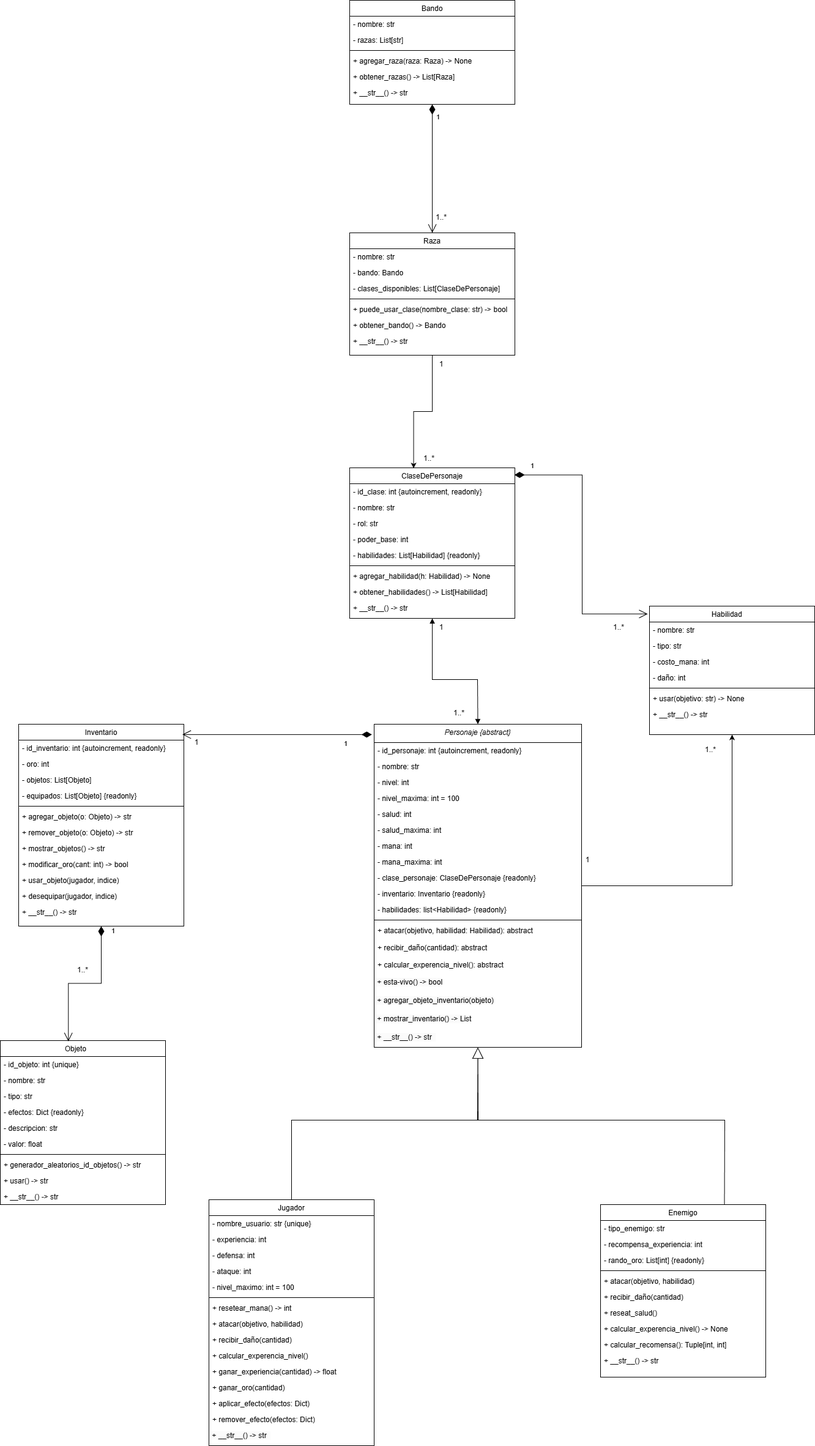
Before: UML/UML_WoW_Vers_2.drawio.png, a diagram exported from draw.io (SalvadorGarcia14/TPI_Programacion2). Source tidied: cells renumbered, new cells last; positions are measured from the earlier drawing's top-left corner, leaving out a move shared by most shapes.
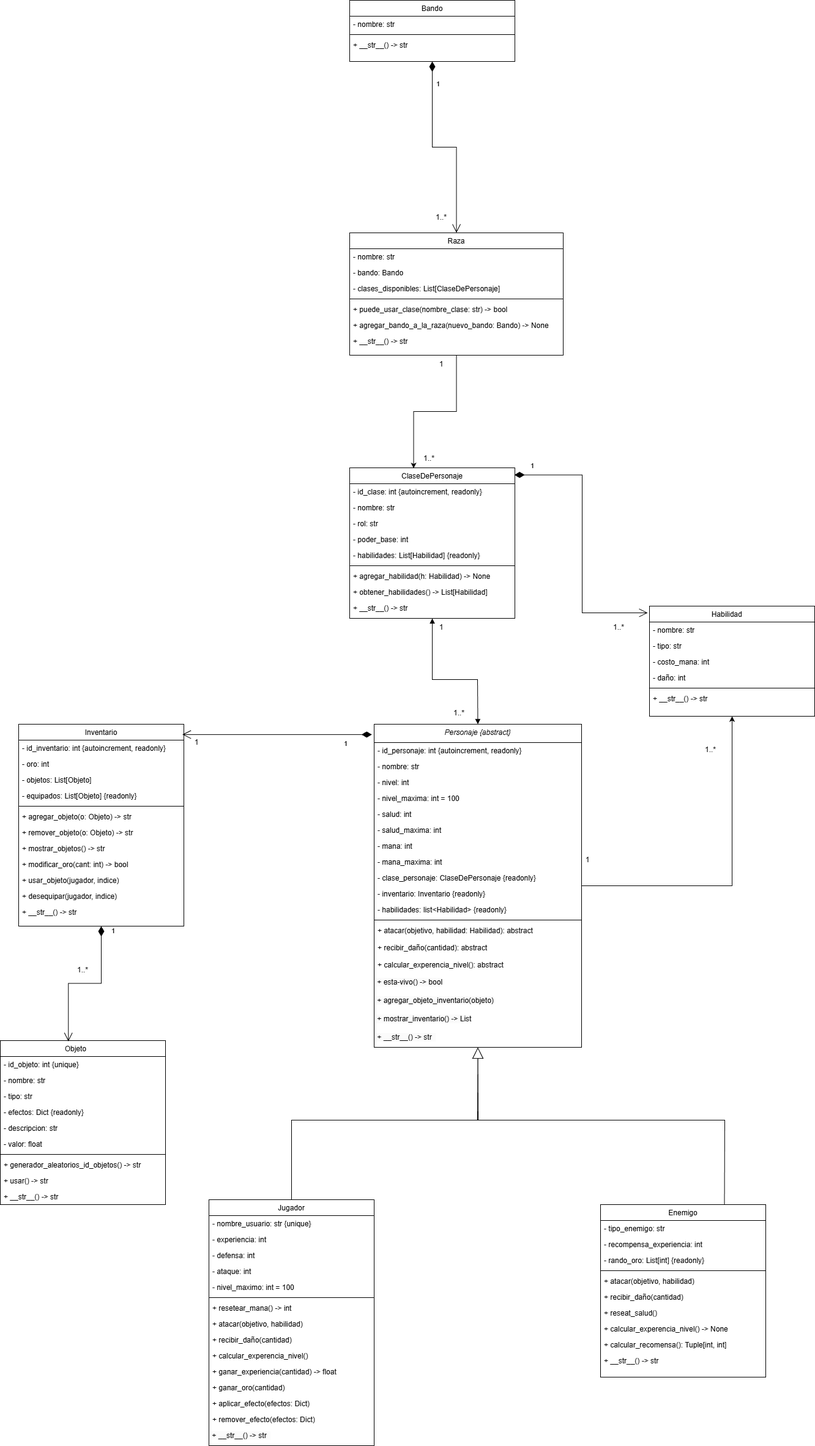
The same file after the commit.

What changed in the source:
```diff
@@ -3,49 +3,40 @@
     <mxCell id="0" />
     <mxCell id="1" parent="0" />
     <mxCell id="2" value="Bando " style="swimlane;fontStyle=0;align=center;verticalAlign=top;horizontal=1;startSize=26;rounded=0;shadow=0;strokeWidth=1;" parent="1" vertex="1">
-      <mxGeometry x="571" width="270" height="170" as="geometry" />
+      <mxGeometry x="571" width="270" height="100" as="geometry" />
     </mxCell>
     <mxCell id="3" value="- nombre: str" style="text;align=left;verticalAlign=top;spacingLeft=4;spacingRight=4;overflow=hidden;" parent="2" vertex="1">
       <mxGeometry y="26" width="270" height="26" as="geometry" />
     </mxCell>
-    <mxCell id="4" value="- razas: List[str]" style="text;align=left;verticalAlign=top;spacingLeft=4;spacingRight=4;overflow=hidden;rounded=0;shadow=0;html=0;" parent="2" vertex="1">
-      <mxGeometry y="52" width="270" height="26" as="geometry" />
-    </mxCell>
     <mxCell id="5" style="line;html=1;strokeWidth=1;align=left;verticalAlign=middle;spacingTop=-1;spacingLeft=3;spacingRight=3;labelPosition=right;" parent="2" vertex="1">
-      <mxGeometry y="78" width="270" height="8" as="geometry" />
+      <mxGeometry y="52" width="270" height="8" as="geometry" />
     </mxCell>
-    <mxCell id="6" value="+ agregar_raza(raza: Raza) -&gt; None" style="text;align=left;verticalAlign=top;spacingLeft=4;spacingRight=4;overflow=hidden;" parent="2" vertex="1">
-      <mxGeometry y="86" width="270" height="26" as="geometry" />
-    </mxCell>
-    <mxCell id="7" value="+ obtener_razas() -&gt; List[Raza]" style="text;align=left;verticalAlign=top;spacingLeft=4;spacingRight=4;overflow=hidden;" parent="2" vertex="1">
-      <mxGeometry y="112" width="270" height="26" as="geometry" />
-    </mxCell>
     <mxCell id="8" value="+ __str__() -&gt; str" style="text;align=left;verticalAlign=top;spacingLeft=4;spacingRight=4;overflow=hidden;" parent="2" vertex="1">
-      <mxGeometry y="138" width="270" height="26" as="geometry" />
+      <mxGeometry y="60" width="270" height="26" as="geometry" />
     </mxCell>
     <mxCell id="9" value="Raza" style="swimlane;fontStyle=0;align=center;verticalAlign=top;horizontal=1;startSize=26;rounded=0;shadow=0;strokeWidth=1;" parent="1" vertex="1">
-      <mxGeometry x="571" y="380" width="270" height="200" as="geometry" />
+      <mxGeometry x="571" y="380" width="349" height="200" as="geometry" />
     </mxCell>
     <mxCell id="10" value="- nombre: str" style="text;align=left;verticalAlign=top;spacingLeft=4;spacingRight=4;overflow=hidden;" parent="9" vertex="1">
-      <mxGeometry y="26" width="270" height="26" as="geometry" />
+      <mxGeometry y="26" width="349" height="26" as="geometry" />
     </mxCell>
     <mxCell id="11" value="- bando: Bando" style="text;align=left;verticalAlign=top;spacingLeft=4;spacingRight=4;overflow=hidden;rounded=0;shadow=0;html=0;" parent="9" vertex="1">
-      <mxGeometry y="52" width="270" height="26" as="geometry" />
+      <mxGeometry y="52" width="349" height="26" as="geometry" />
     </mxCell>
     <mxCell id="12" value="- clases_disponibles: List[ClaseDePersonaje]" style="text;align=left;verticalAlign=top;spacingLeft=4;spacingRight=4;overflow=hidden;rounded=0;shadow=0;html=0;" parent="9" vertex="1">
-      <mxGeometry y="78" width="270" height="26" as="geometry" />
+      <mxGeometry y="78" width="349" height="26" as="geometry" />
     </mxCell>
     <mxCell id="13" style="line;html=1;strokeWidth=1;align=left;verticalAlign=middle;spacingTop=-1;spacingLeft=3;spacingRight=3;labelPosition=right;" parent="9" vertex="1">
-      <mxGeometry y="104" width="270" height="8" as="geometry" />
+      <mxGeometry y="104" width="349" height="8" as="geometry" />
     </mxCell>
     <mxCell id="14" value="+ puede_usar_clase(nombre_clase: str) -&gt; bool" style="text;align=left;verticalAlign=top;spacingLeft=4;spacingRight=4;overflow=hidden;" parent="9" vertex="1">
-      <mxGeometry y="112" width="270" height="26" as="geometry" />
+      <mxGeometry y="112" width="349" height="26" as="geometry" />
     </mxCell>
-    <mxCell id="15" value="+ obtener_bando() -&gt; Bando  " style="text;align=left;verticalAlign=top;spacingLeft=4;spacingRight=4;overflow=hidden;" parent="9" vertex="1">
-      <mxGeometry y="138" width="270" height="26" as="geometry" />
+    <mxCell id="15" value="+ agregar_bando_a_la_raza(nuevo_bando: Bando) -&gt; None" style="text;align=left;verticalAlign=top;spacingLeft=4;spacingRight=4;overflow=hidden;" parent="9" vertex="1">
+      <mxGeometry y="138" width="349" height="26" as="geometry" />
     </mxCell>
     <mxCell id="16" value="+ __str__() -&gt; str" style="text;align=left;verticalAlign=top;spacingLeft=4;spacingRight=4;overflow=hidden;" parent="9" vertex="1">
-      <mxGeometry y="164" width="270" height="26" as="geometry" />
+      <mxGeometry y="164" width="349" height="26" as="geometry" />
     </mxCell>
     <mxCell id="17" value="1" style="endArrow=open;html=1;endSize=12;startArrow=diamondThin;startSize=14;startFill=1;edgeStyle=orthogonalEdgeStyle;align=left;verticalAlign=bottom;rounded=0;exitX=0.5;exitY=1;exitDx=0;exitDy=0;" parent="1" edge="1" source="2" target="9">
       <mxGeometry x="-0.71" y="5" relative="1" as="geometry" />
@@ -153,7 +144,7 @@
       <mxGeometry y="498" width="339" height="30" as="geometry" />
     </mxCell>
     <mxCell id="52" value="Habilidad     " style="swimlane;fontStyle=0;align=center;verticalAlign=top;horizontal=1;startSize=26;rounded=0;shadow=0;strokeWidth=1;" parent="1" vertex="1">
-      <mxGeometry x="1061" y="990" width="270" height="210" as="geometry" />
+      <mxGeometry x="1061" y="990" width="270" height="180" as="geometry" />
     </mxCell>
     <mxCell id="53" value="- nombre: str" style="text;align=left;verticalAlign=top;spacingLeft=4;spacingRight=4;overflow=hidden;" parent="52" vertex="1">
       <mxGeometry y="26" width="270" height="26" as="geometry" />
@@ -170,11 +161,8 @@
     <mxCell id="57" style="line;html=1;strokeWidth=1;align=left;verticalAlign=middle;spacingTop=-1;spacingLeft=3;spacingRight=3;labelPosition=right;" parent="52" vertex="1">
       <mxGeometry y="130" width="270" height="8" as="geometry" />
     </mxCell>
-    <mxCell id="58" value="+ usar(objetivo: str) -&gt; None " style="text;align=left;verticalAlign=top;spacingLeft=4;spacingRight=4;overflow=hidden;rounded=0;shadow=0;html=0;" parent="52" vertex="1">
-      <mxGeometry y="138" width="270" height="26" as="geometry" />
-    </mxCell>
     <mxCell id="59" value="+ __str__() -&gt; str " style="text;align=left;verticalAlign=top;spacingLeft=4;spacingRight=4;overflow=hidden;" parent="52" vertex="1">
-      <mxGeometry y="164" width="270" height="26" as="geometry" />
+      <mxGeometry y="138" width="270" height="26" as="geometry" />
     </mxCell>
     <mxCell id="60" value="1" style="endArrow=open;html=1;endSize=12;startArrow=diamondThin;startSize=14;startFill=1;edgeStyle=orthogonalEdgeStyle;align=left;verticalAlign=bottom;rounded=0;exitX=0.997;exitY=0.047;exitDx=0;exitDy=0;exitPerimeter=0;entryX=-0.011;entryY=0.061;entryDx=0;entryDy=0;entryPerimeter=0;" parent="1" edge="1" source="19" target="52">
       <mxGeometry x="-0.89" y="6" relative="1" as="geometry" />
```
